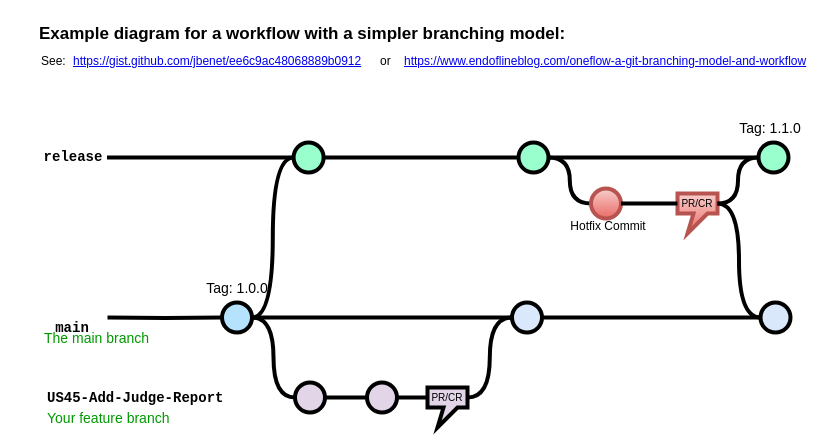
Above: page "simple gitflow" (1 of 2) of Untitled Diagram.drawio in bcrandell/data-assets (draw.io), before the change. Source tidied: cells renumbered, new cells numbered last; positions are measured from the earlier drawing's top-left corner, leaving out a move shared by most shapes. Both pictures are drawn from the tidied source at 100%, with x=0, y=0 at pixel (37, 17).
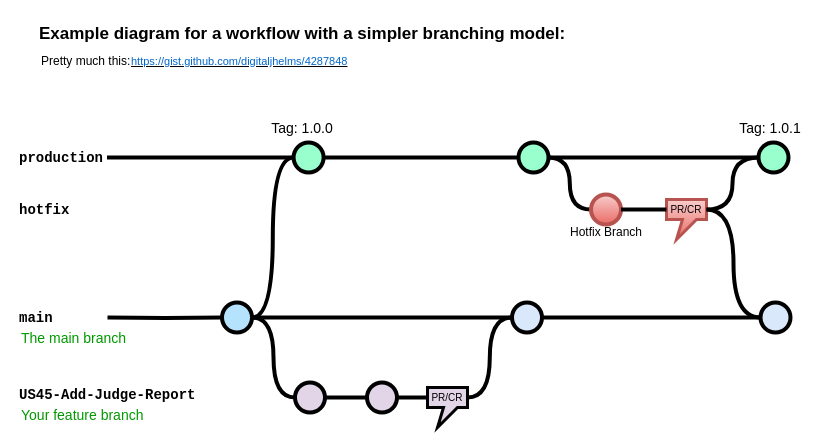
The same page after the edit.

The edit, as a diff of the source:
```diff
@@
-    <mxCell id="3" value="&lt;a href=&quot;https://gist.github.com/jbenet/ee6c9ac48068889b0912&quot;&gt;https://gist.github.com/jbenet/ee6c9ac48068889b0912&lt;/a&gt;" style="text;whiteSpace=wrap;html=1;" parent="1" vertex="1">
-      <mxGeometry x="34.2" y="30" width="298" height="20" as="geometry" />
+    <mxCell id="3" value="&lt;u&gt;&lt;font style=&quot;font-size: 11px;&quot; color=&quot;#0066cc&quot;&gt;https://gist.github.com/digitaljhelms/4287848&lt;/font&gt;&lt;/u&gt;" style="text;whiteSpace=wrap;html=1;rounded=0;" parent="1" vertex="1">
+      <mxGeometry x="92" y="30" width="298" height="20" as="geometry" />
     </mxCell>
-    <mxCell id="4" value="See:" style="text;whiteSpace=wrap;html=1;" parent="1" vertex="1">
-      <mxGeometry x="1.5" y="30" width="32.8" height="20" as="geometry" />
+    <mxCell id="4" value="Pretty much this:" style="text;whiteSpace=wrap;html=1;" parent="1" vertex="1">
+      <mxGeometry x="1.5" y="30" width="98.5" height="20" as="geometry" />
     </mxCell>
@@
-    <mxCell id="14" value="release" style="text;html=1;strokeColor=none;fillColor=none;align=center;verticalAlign=middle;whiteSpace=wrap;overflow=hidden;fontSize=14;fontStyle=1;fontFamily=Courier New;" parent="1" vertex="1">
-      <mxGeometry x="2.2" y="129" width="67.8" height="20" as="geometry" />
+    <mxCell id="14" value="production" style="text;html=1;strokeColor=none;fillColor=none;align=left;verticalAlign=middle;whiteSpace=wrap;overflow=hidden;fontSize=14;fontStyle=1;fontFamily=Courier New;" parent="1" vertex="1">
+      <mxGeometry x="-20" y="130" width="88.1" height="20" as="geometry" />
     </mxCell>
@@
     <mxCell id="20" value="US45-Add-Judge-Report" style="text;html=1;strokeColor=none;fillColor=none;align=left;verticalAlign=middle;whiteSpace=wrap;overflow=hidden;fontSize=14;fontStyle=1;fontFamily=Courier New;" parent="1" vertex="1">
-      <mxGeometry x="7.5" y="370" width="240" height="20" as="geometry" />
+      <mxGeometry x="-20" y="367" width="186.2" height="20" as="geometry" />
     </mxCell>
     <mxCell id="21" value="The main branch&lt;br&gt;" style="text;html=1;strokeColor=none;fillColor=none;align=left;verticalAlign=middle;whiteSpace=wrap;overflow=hidden;fontSize=14;fontStyle=0;fontColor=#009900;" parent="1" vertex="1">
-      <mxGeometry x="5.2" y="310" width="132.2" height="20" as="geometry" />
+      <mxGeometry x="-17.8" y="310" width="132.2" height="17" as="geometry" />
     </mxCell>
     <mxCell id="22" value="Your feature branch" style="text;html=1;strokeColor=none;fillColor=none;align=left;verticalAlign=middle;whiteSpace=wrap;overflow=hidden;fontSize=14;fontStyle=0;fontColor=#009900;" parent="1" vertex="1">
-      <mxGeometry x="7.5" y="390" width="202.2" height="20" as="geometry" />
+      <mxGeometry x="-17.8" y="387" width="202.2" height="20" as="geometry" />
     </mxCell>
     <mxCell id="23" value="Tag: 1.0.0" style="text;html=1;strokeColor=none;fillColor=none;align=center;verticalAlign=middle;whiteSpace=wrap;overflow=hidden;fontSize=14;" parent="1" vertex="1">
-      <mxGeometry x="164.5" y="260" width="70" height="20" as="geometry" />
+      <mxGeometry x="230" y="100" width="70" height="20" as="geometry" />
     </mxCell>
-    <mxCell id="24" value="Tag: 1.1.0" style="text;html=1;strokeColor=none;fillColor=none;align=center;verticalAlign=middle;whiteSpace=wrap;overflow=hidden;fontSize=14;" parent="1" vertex="1">
+    <mxCell id="24" value="Tag: 1.0.1" style="text;html=1;strokeColor=none;fillColor=none;align=center;verticalAlign=middle;whiteSpace=wrap;overflow=hidden;fontSize=14;" parent="1" vertex="1">
       <mxGeometry x="697.5" y="100" width="70" height="20" as="geometry" />
     </mxCell>
-    <mxCell id="25" value="&lt;a href=&quot;https://www.endoflineblog.com/oneflow-a-git-branching-model-and-workflow&quot;&gt;https://www.endoflineblog.com/oneflow-a-git-branching-model-and-workflow&lt;/a&gt;" style="text;whiteSpace=wrap;html=1;" parent="1" vertex="1">
-      <mxGeometry x="364.5" y="30" width="413.8" height="20" as="geometry" />
-    </mxCell>
-    <mxCell id="26" value="or" style="text;whiteSpace=wrap;html=1;" parent="1" vertex="1">
-      <mxGeometry x="340.6" y="30" width="11.6" height="20" as="geometry" />
-    </mxCell>
     <mxCell id="27" style="verticalLabelPosition=bottom;verticalAlign=top;html=1;strokeWidth=4;shape=mxgraph.flowchart.on-page_reference;plain-blue;gradientColor=#EA6B66;strokeColor=#B85450;fillColor=#F8CECC;" parent="1" vertex="1">
-      <mxGeometry x="553.5" y="171" width="30" height="30" as="geometry" />
+      <mxGeometry x="553.5" y="177" width="30" height="30" as="geometry" />
     </mxCell>
-    <mxCell id="28" value="Hotfix Commit" style="text;html=1;strokeColor=none;fillColor=none;align=center;verticalAlign=middle;whiteSpace=wrap;overflow=hidden;" parent="1" vertex="1">
-      <mxGeometry x="530.5" y="194" width="80" height="30" as="geometry" />
+    <mxCell id="28" value="Hotfix Branch" style="text;html=1;strokeColor=none;fillColor=none;align=center;verticalAlign=middle;whiteSpace=wrap;overflow=hidden;" parent="1" vertex="1">
+      <mxGeometry x="528.5" y="200" width="80" height="30" as="geometry" />
     </mxCell>
@@
-    <mxCell id="31" value="main" style="text;html=1;strokeColor=none;fillColor=none;align=center;verticalAlign=middle;whiteSpace=wrap;overflow=hidden;fontSize=14;fontStyle=1;fontFamily=Courier New;" parent="1" vertex="1">
-      <mxGeometry x="10" y="300" width="50" height="20" as="geometry" />
+    <mxCell id="31" value="main" style="text;html=1;strokeColor=none;fillColor=none;align=left;verticalAlign=middle;whiteSpace=wrap;overflow=hidden;fontSize=14;fontStyle=1;fontFamily=Courier New;" parent="1" vertex="1">
+      <mxGeometry x="-20" y="290" width="38.1" height="20" as="geometry" />
     </mxCell>
@@
-    <mxCell id="40" value="PR/CR" style="shape=callout;whiteSpace=wrap;html=1;perimeter=calloutPerimeter;strokeWidth=4;position2=0.25;size=20;position=0.4;base=14;fillColor=#e1d5e7;strokeColor=default;fontSize=10;" parent="1" vertex="1">
+    <mxCell id="40" value="PR/CR" style="shape=callout;whiteSpace=wrap;html=1;perimeter=calloutPerimeter;strokeWidth=3;position2=0.25;size=20;position=0.4;base=14;fillColor=#e1d5e7;strokeColor=default;fontSize=10;" parent="1" vertex="1">
       <mxGeometry x="390" y="370" width="40" height="40" as="geometry" />
     </mxCell>
-    <mxCell id="41" value="PR/CR" style="shape=callout;whiteSpace=wrap;html=1;perimeter=calloutPerimeter;strokeWidth=4;position2=0.25;size=20;position=0.4;base=14;fillColor=#F8CECC;strokeColor=#B85450;align=center;verticalAlign=top;fontFamily=Helvetica;fontSize=10;fontColor=default;gradientColor=#EA6B66;spacing=0;" parent="1" vertex="1">
-      <mxGeometry x="640" y="176" width="40" height="40" as="geometry" />
+    <mxCell id="41" value="PR/CR" style="shape=callout;whiteSpace=wrap;html=1;perimeter=calloutPerimeter;strokeWidth=3;position2=0.25;size=20;position=0.4;base=14;fillColor=#F8CECC;strokeColor=#B85450;align=center;verticalAlign=top;fontFamily=Helvetica;fontSize=10;fontColor=default;gradientColor=#EA6B66;spacing=0;" parent="1" vertex="1">
+      <mxGeometry x="629" y="182" width="40" height="40" as="geometry" />
     </mxCell>
@@
+    <mxCell id="45" value="hotfix" style="text;html=1;strokeColor=none;fillColor=none;align=left;verticalAlign=middle;whiteSpace=wrap;overflow=hidden;fontSize=14;fontStyle=1;fontFamily=Courier New;" parent="1" vertex="1">
+      <mxGeometry x="-20" y="182" width="54" height="20" as="geometry" />
+    </mxCell>
```
